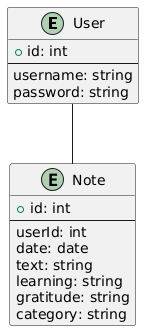
This is diagrams/entity_relationship_diagram.png from rxluk/DiaryAppJava, a PlantUML export, as it was before one commit. Its diagram source:
```plantuml
@startuml
entity User {
  + id: int
  --
  username: string
  password: string
}

entity Note {
  + id: int
  --
  userId: int
  date: date
  text: string
  learning: string
  gratitude: string
  category: string
}

User -- Note
@enduml
```
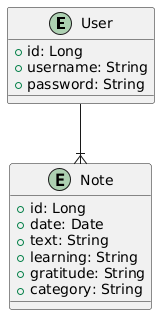
The same diagram one commit later.

Change to the diagram source:
```diff
@@ -1,21 +1,18 @@
 @startuml
 entity User {
-  + id: int
-  --
-  username: string
-  password: string
+  + id: Long
+  + username: String
+  + password: String
 }
 
 entity Note {
-  + id: int
-  --
-  userId: int
-  date: date
-  text: string
-  learning: string
-  gratitude: string
-  category: string
+  + id: Long
+  + date: Date
+  + text: String
+  + learning: String
+  + gratitude: String
+  + category: String
 }
 
-User -- Note
+User --|{ Note
 @enduml
```
